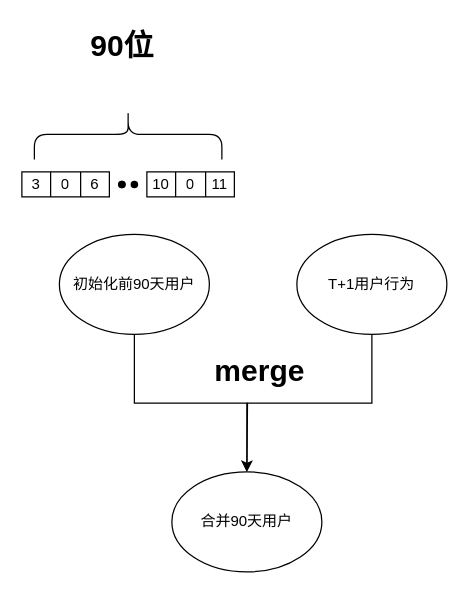
Earlier version of the draw.io diagram 未命名绘图.drawio (mineminemine123/work-wiki). Source tidied: cells renumbered, new cells numbered last; positions are measured from the earlier drawing's top-left corner, leaving out a move shared by most shapes. Both pictures are drawn from the tidied source at 125%, with x=0, y=0 at pixel (21, 21).
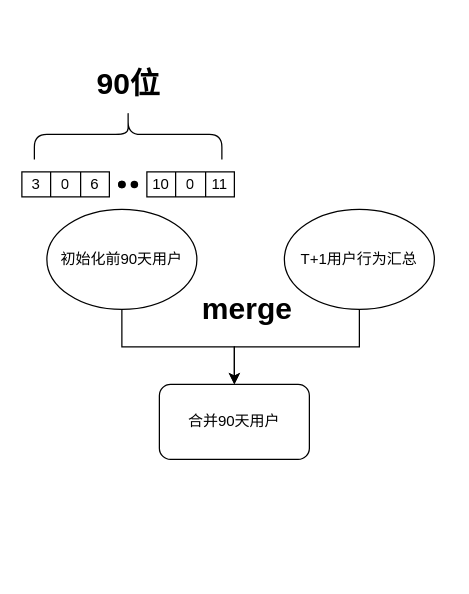
Above is the later version.

Diff of the diagram source:
```diff
@@
     <mxCell id="3" value="初始化前90天用户" style="ellipse;whiteSpace=wrap;html=1;" parent="1" vertex="1">
-      <mxGeometry x="30" y="170" width="120" height="80" as="geometry" />
+      <mxGeometry x="20" y="150" width="120" height="80" as="geometry" />
     </mxCell>
-    <mxCell id="4" style="edgeStyle=orthogonalEdgeStyle;rounded=0;jettySize=auto;html=1;exitX=0.5;exitY=1;exitDx=0;exitDy=0;" parent="1" edge="1" source="5">
-      <mxGeometry relative="1" as="geometry">
-        <mxPoint x="180" y="360" as="targetPoint" />
-      </mxGeometry>
-    </mxCell>
+    <mxCell id="23" style="edgeStyle=orthogonalEdgeStyle;rounded=0;jettySize=auto;html=1;exitX=0.5;exitY=1;exitDx=0;exitDy=0;entryX=0.5;entryY=0;entryDx=0;entryDy=0;" parent="1" edge="1" source="5" target="6">
+      <mxGeometry relative="1" as="geometry" />
+    </mxCell>
-    <mxCell id="5" value="T+1用户行为" style="ellipse;whiteSpace=wrap;html=1;" parent="1" vertex="1">
-      <mxGeometry x="220" y="170" width="120" height="80" as="geometry" />
+    <mxCell id="5" value="T+1用户行为汇总" style="ellipse;whiteSpace=wrap;html=1;" parent="1" vertex="1">
+      <mxGeometry x="210" y="150" width="120" height="80" as="geometry" />
     </mxCell>
-    <mxCell id="6" value="合并90天用户" style="ellipse;whiteSpace=wrap;html=1;" parent="1" vertex="1">
-      <mxGeometry x="120" y="360" width="120" height="80" as="geometry" />
-    </mxCell>
@@
     <mxCell id="18" value="90位" style="text;strokeColor=none;fillColor=none;html=1;fontSize=24;fontStyle=1;verticalAlign=middle;align=center;" parent="1" vertex="1">
-      <mxGeometry x="30" width="100" height="40" as="geometry" />
+      <mxGeometry x="35" y="30" width="100" height="40" as="geometry" />
     </mxCell>
@@
     <mxCell id="22" value="merge" style="text;strokeColor=none;fillColor=none;html=1;fontSize=24;fontStyle=1;verticalAlign=middle;align=center;" parent="1" vertex="1">
-      <mxGeometry x="140" y="260" width="100" height="40" as="geometry" />
+      <mxGeometry x="130" y="210" width="100" height="40" as="geometry" />
     </mxCell>
+    <mxCell id="6" value="&lt;span&gt;合并90天用户&lt;/span&gt;" style="rounded=1;whiteSpace=wrap;html=1;" parent="1" vertex="1">
+      <mxGeometry x="110" y="290" width="120" height="60" as="geometry" />
+    </mxCell>
```
